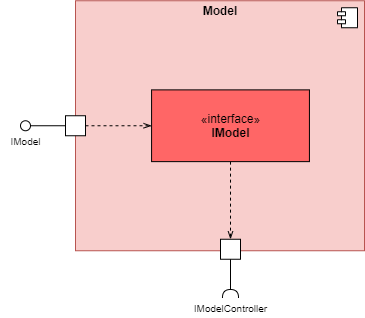
Before: Doku/images/Model_Ebene2.png, a diagram exported from draw.io (KjellooMelloo/gameoftrons). Source tidied: cells renumbered, new cells last; positions are measured from the earlier drawing's top-left corner, leaving out a move shared by most shapes.
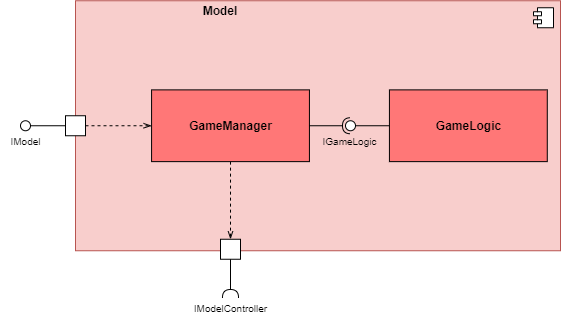
After the commit.

Commit message:
refactored model. deleted previous method list

What changed in the source:
```diff
@@ -3,7 +3,7 @@
     <mxCell id="0" />
     <mxCell id="1" parent="0" />
     <mxCell id="2" style="html=1;fillColor=#f8cecc;strokeColor=#b85450;" parent="1" vertex="1">
-      <mxGeometry x="75" y="0.2" width="289" height="250" as="geometry" />
+      <mxGeometry x="75" y="0.2" width="485" height="250" as="geometry" />
     </mxCell>
     <mxCell id="3" style="shape=component;jettyWidth=8;jettyHeight=4;" parent="2" vertex="1">
       <mxGeometry x="1" width="20" height="20" relative="1" as="geometry">
@@ -34,14 +34,29 @@
     <mxCell id="11" value="&lt;b&gt;Model&lt;/b&gt;" style="text;html=1;strokeColor=none;fillColor=none;align=center;verticalAlign=middle;whiteSpace=wrap;rounded=0;" parent="1" vertex="1">
       <mxGeometry x="200" y="0.2" width="40" height="20" as="geometry" />
     </mxCell>
-    <mxCell id="12" value="«interface»&lt;br&gt;&lt;b&gt;IModel&lt;/b&gt;" style="html=1;strokeWidth=1;fillColor=#FF6666;" parent="1" vertex="1">
+    <mxCell id="12" value="&lt;b&gt;GameManager&lt;/b&gt;" style="html=1;strokeWidth=1;fillColor=#FF7777;" parent="1" vertex="1">
       <mxGeometry x="151.1" y="89.4" width="157.8" height="71.8" as="geometry" />
     </mxCell>
-    <mxCell id="13" value="&lt;span style=&quot;font-size: 10px&quot;&gt;IModelController&lt;/span&gt;" style="text;html=1;align=center;verticalAlign=middle;points=[];" parent="1" vertex="1">
-      <mxGeometry x="185" y="297" width="90" height="20" as="geometry" />
+    <mxCell id="13" value="&lt;b&gt;GameLogic&lt;/b&gt;" style="html=1;strokeWidth=1;fillColor=#FF7777;" parent="1" vertex="1">
+      <mxGeometry x="388.9" y="89.4" width="157.8" height="71.8" as="geometry" />
     </mxCell>
-    <mxCell id="14" style="rounded=0;jettySize=auto;html=1;endArrow=halfCircle;endFill=0;endSize=6;strokeWidth=1;exitX=0.5;exitY=1;exitDx=0;exitDy=0;" parent="1" edge="1" source="10" target="13">
-      <mxGeometry relative="1" as="geometry" />
+    <mxCell id="14" value="&lt;span style=&quot;font-size: 10px&quot;&gt;IModelController&lt;/span&gt;" style="text;html=1;align=center;verticalAlign=middle;points=[];" parent="1" vertex="1">
+      <mxGeometry x="185" y="297" width="90" height="20" as="geometry" />
     </mxCell>
+    <mxCell id="15" style="rounded=0;jettySize=auto;html=1;endArrow=halfCircle;endFill=0;endSize=6;strokeWidth=1;exitX=0.5;exitY=1;exitDx=0;exitDy=0;" parent="1" edge="1" source="10" target="14">
+      <mxGeometry relative="1" as="geometry" />
+    </mxCell>
+    <mxCell id="16" style="rounded=0;jettySize=auto;html=1;endArrow=none;endFill=0;exitX=0;exitY=0.5;exitDx=0;exitDy=0;" parent="1" edge="1" source="13" target="18">
+      <mxGeometry relative="1" as="geometry" />
+    </mxCell>
+    <mxCell id="17" style="rounded=0;jettySize=auto;html=1;endArrow=halfCircle;endFill=0;entryX=0.5;entryY=0.5;entryDx=0;entryDy=0;endSize=6;strokeWidth=1;exitX=1;exitY=0.5;exitDx=0;exitDy=0;" parent="1" edge="1" source="12" target="18">
+      <mxGeometry relative="1" as="geometry" />
+    </mxCell>
+    <mxCell id="18" style="ellipse;whiteSpace=wrap;html=1;fontFamily=Helvetica;fontSize=12;fontColor=#000000;align=center;strokeColor=#000000;fillColor=#ffffff;points=[];" parent="1" vertex="1">
+      <mxGeometry x="345" y="120.2" width="10" height="10" as="geometry" />
+    </mxCell>
+    <mxCell id="19" value="&lt;font style=&quot;font-size: 10px&quot;&gt;IGameLogic&lt;/font&gt;" style="text;html=1;align=center;verticalAlign=middle;" parent="1" vertex="1">
+      <mxGeometry x="313.9" y="130.2" width="70" height="20" as="geometry" />
+    </mxCell>
   </root>
 </mxGraphModel>
```
